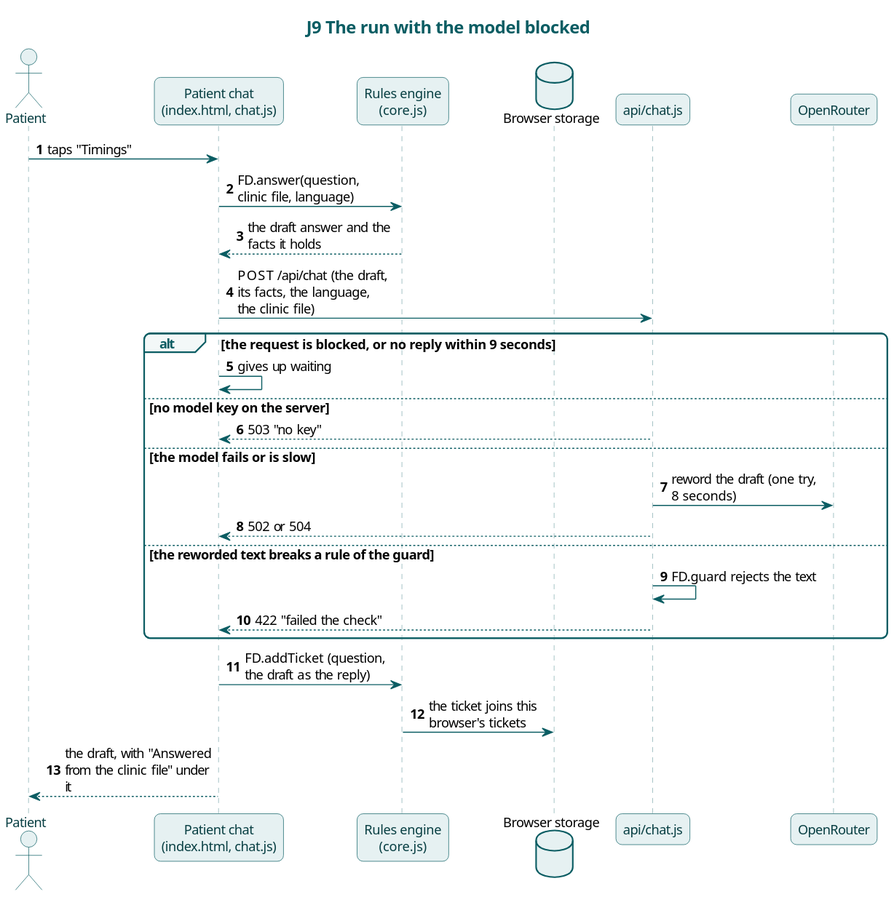
Earlier version of the PlantUML export docs/diagrams/j9-model-blocked.svg (karwasanjay007/frontdesk-ai-docs). Source of this version:
```plantuml
@startuml
!include style.iuml
title J9 The run with the model blocked
actor Patient
participant "Patient chat\n(index.html, chat.js)" as Chat
participant "Rules engine\n(core.js)" as Core
database "Browser storage" as LS
participant "api/chat.js" as Api
participant "OpenRouter" as OR
autonumber

Patient -> Chat : taps "Timings"
Chat -> Core : FD.answer(question, clinic file, language)
Core --> Chat : the draft answer and the facts it holds
Chat -> Api : POST /api/chat (the draft, its facts, the language, the clinic file)
alt the request is blocked, or no reply within 9 seconds
  Chat -> Chat : gives up waiting
else no model key on the server
  Api --> Chat : 503 "no key"
else the model fails or is slow
  Api -> OR : reword the draft (one try, 8 seconds)
  Api --> Chat : 502 or 504
else the reworded text breaks a rule of the guard
  Api -> Api : FD.guard rejects the text
  Api --> Chat : 422 "failed the check"
end
Chat -> Core : FD.addTicket (question, the draft as the reply)
Core -> LS : the ticket joins this browser's tickets
Chat --> Patient : the draft, with "Answered from the clinic file" under it
@enduml
```
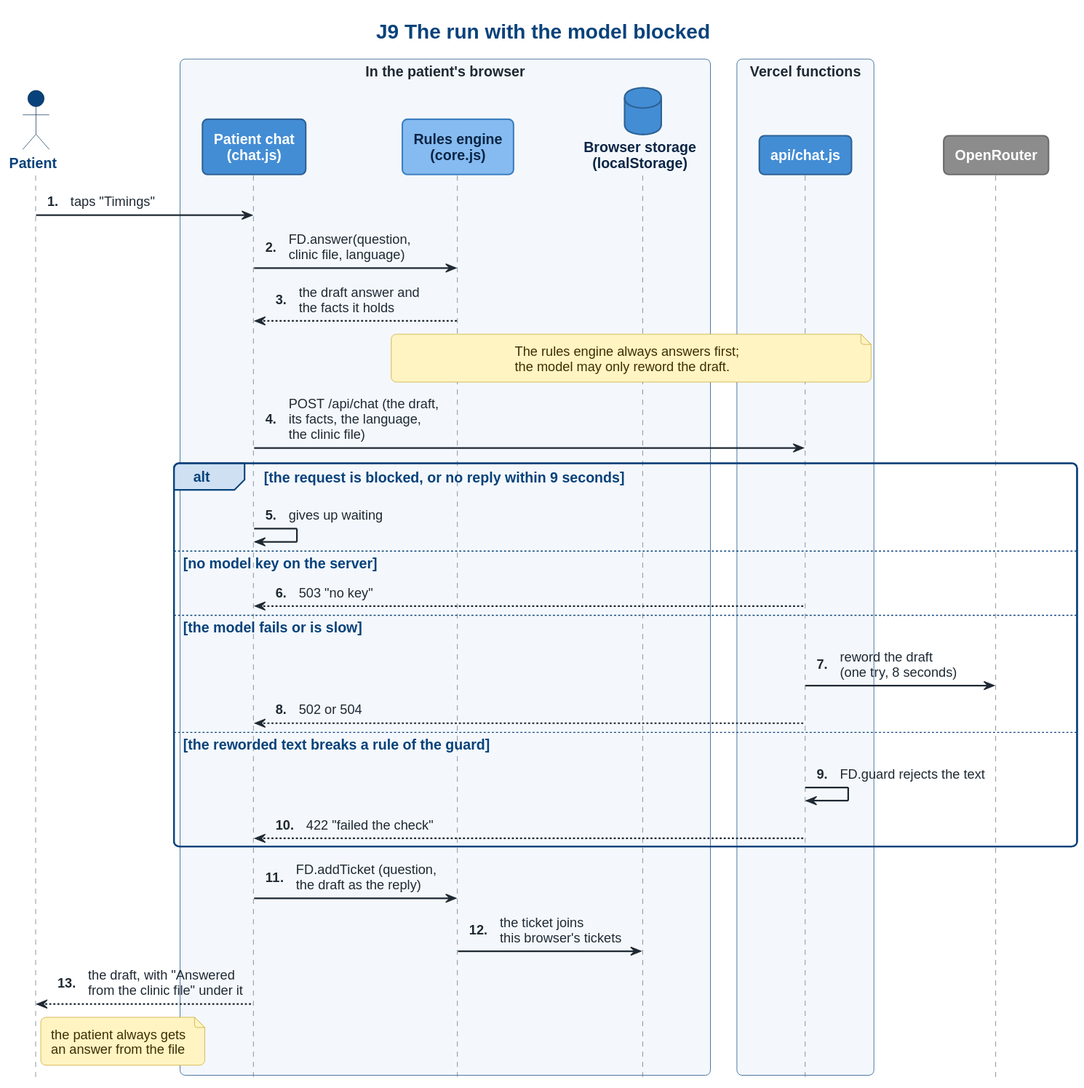
The same file after the commit.

What changed in the source:
```diff
@@ -1,30 +1,35 @@
 @startuml
-!include style.iuml
+!include c4-sequence.iuml
 title J9 The run with the model blocked
-actor Patient
-participant "Patient chat\n(index.html, chat.js)" as Chat
-participant "Rules engine\n(core.js)" as Core
-database "Browser storage" as LS
-participant "api/chat.js" as Api
-participant "OpenRouter" as OR
-autonumber
+actor "Patient" as Patient <<person>>
+box "In the patient's browser"
+participant "Patient chat\n(chat.js)" as Chat <<container>>
+participant "Rules engine\n(core.js)" as Core <<component>>
+database "Browser storage\n(localStorage)" as LS <<store>>
+end box
+box "Vercel functions"
+participant "api/chat.js" as Api <<container>>
+end box
+participant "OpenRouter" as OR <<external>>
 
 Patient -> Chat : taps "Timings"
-Chat -> Core : FD.answer(question, clinic file, language)
-Core --> Chat : the draft answer and the facts it holds
-Chat -> Api : POST /api/chat (the draft, its facts, the language, the clinic file)
+Chat -> Core : FD.answer(question,\nclinic file, language)
+Core --> Chat : the draft answer and\nthe facts it holds
+note over Core, Api : The rules engine always answers first;\nthe model may only reword the draft.
+Chat -> Api : POST /api/chat (the draft,\nits facts, the language,\nthe clinic file)
 alt the request is blocked, or no reply within 9 seconds
   Chat -> Chat : gives up waiting
 else no model key on the server
   Api --> Chat : 503 "no key"
 else the model fails or is slow
-  Api -> OR : reword the draft (one try, 8 seconds)
+  Api -> OR : reword the draft\n(one try, 8 seconds)
   Api --> Chat : 502 or 504
 else the reworded text breaks a rule of the guard
   Api -> Api : FD.guard rejects the text
   Api --> Chat : 422 "failed the check"
 end
-Chat -> Core : FD.addTicket (question, the draft as the reply)
-Core -> LS : the ticket joins this browser's tickets
-Chat --> Patient : the draft, with "Answered from the clinic file" under it
+Chat -> Core : FD.addTicket (question,\nthe draft as the reply)
+Core -> LS : the ticket joins\nthis browser's tickets
+Chat --> Patient : the draft, with "Answered\nfrom the clinic file" under it
+note right of Patient : the patient always gets\nan answer from the file
 @enduml
```
